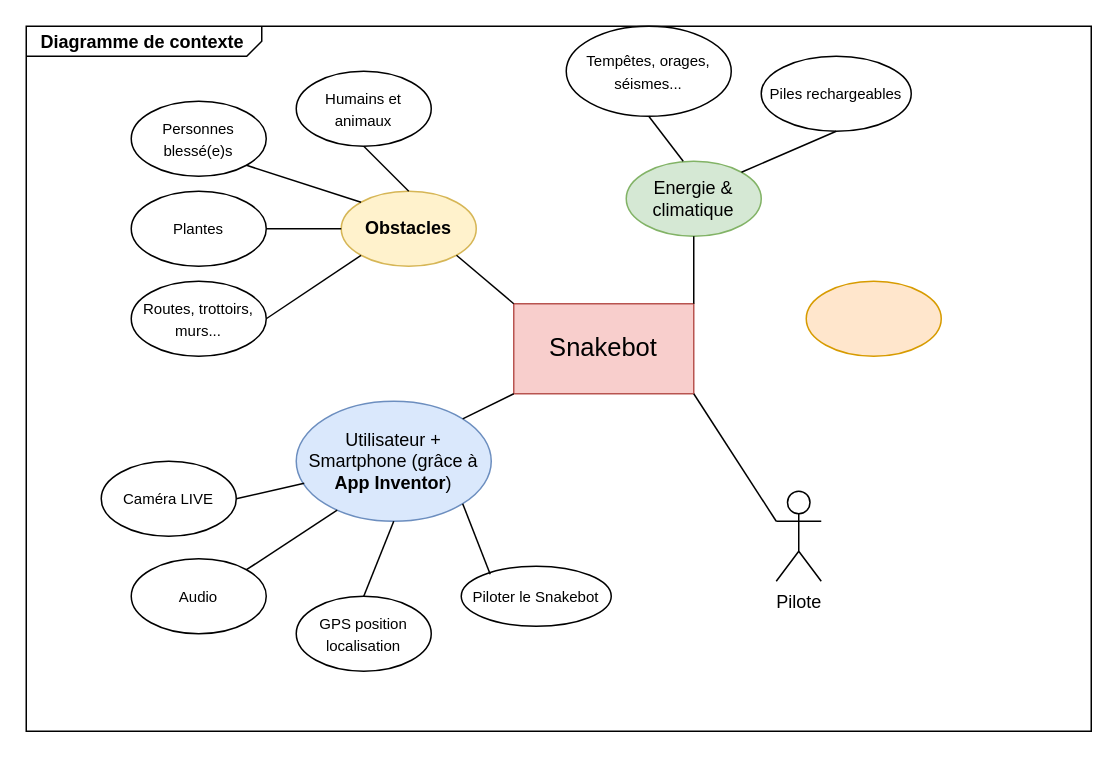
Earlier version of the draw.io diagram Untitled Diagram.drawio (DavidCretois/Snakebot). Source tidied: cells renumbered, new cells numbered last; positions are measured from the earlier drawing's top-left corner, leaving out a move shared by most shapes. Both pictures are drawn from the tidied source at 150%, with x=0, y=0 at pixel (26, 26).
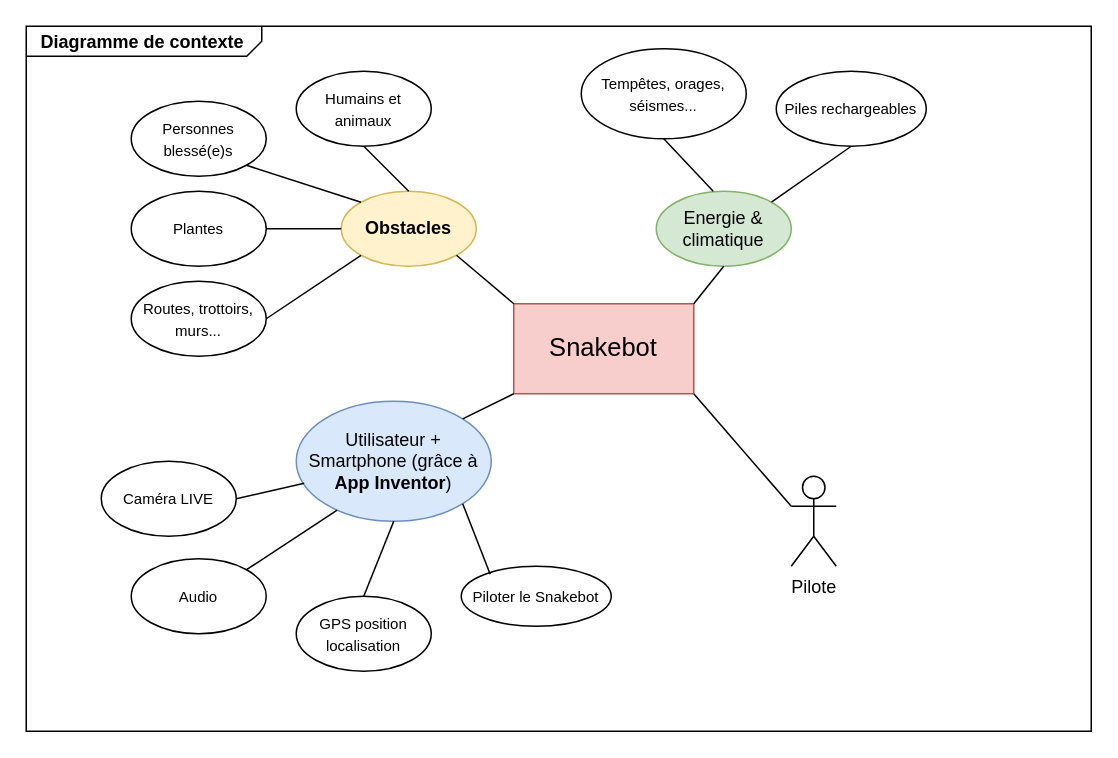
Above is the later version.

The edit, as a diff of the source:
```diff
@@
     <mxCell id="22" value="Pilote" style="shape=umlActor;verticalLabelPosition=bottom;verticalAlign=top;html=1;outlineConnect=0;" parent="1" vertex="1">
-      <mxGeometry x="500" y="310" width="30" height="60" as="geometry" />
+      <mxGeometry x="510" y="300" width="30" height="60" as="geometry" />
     </mxCell>
@@
     <mxCell id="26" value="Energie &amp;amp; climatique" style="ellipse;whiteSpace=wrap;html=1;fillColor=#d5e8d4;strokeColor=#82b366;" parent="1" vertex="1">
-      <mxGeometry x="400" y="90" width="90" height="50" as="geometry" />
+      <mxGeometry x="420" y="110" width="90" height="50" as="geometry" />
     </mxCell>
-    <mxCell id="27" style="ellipse;whiteSpace=wrap;html=1;fillColor=#ffe6cc;strokeColor=#d79b00;" parent="1" vertex="1">
-      <mxGeometry x="520" y="170" width="90" height="50" as="geometry" />
-    </mxCell>
     <mxCell id="28" value="&lt;font style=&quot;font-size: 10px&quot;&gt;Tempêtes, orages, séismes...&lt;/font&gt;" style="ellipse;whiteSpace=wrap;html=1;" parent="1" vertex="1">
-      <mxGeometry x="360" width="110" height="60" as="geometry" />
+      <mxGeometry x="370" y="15" width="110" height="60" as="geometry" />
     </mxCell>
     <mxCell id="29" value="&lt;font style=&quot;font-size: 10px&quot;&gt;Piles rechargeables&lt;/font&gt;" style="ellipse;whiteSpace=wrap;html=1;" parent="1" vertex="1">
-      <mxGeometry x="490" y="20" width="100" height="50" as="geometry" />
+      <mxGeometry x="500" y="30" width="100" height="50" as="geometry" />
     </mxCell>
```
